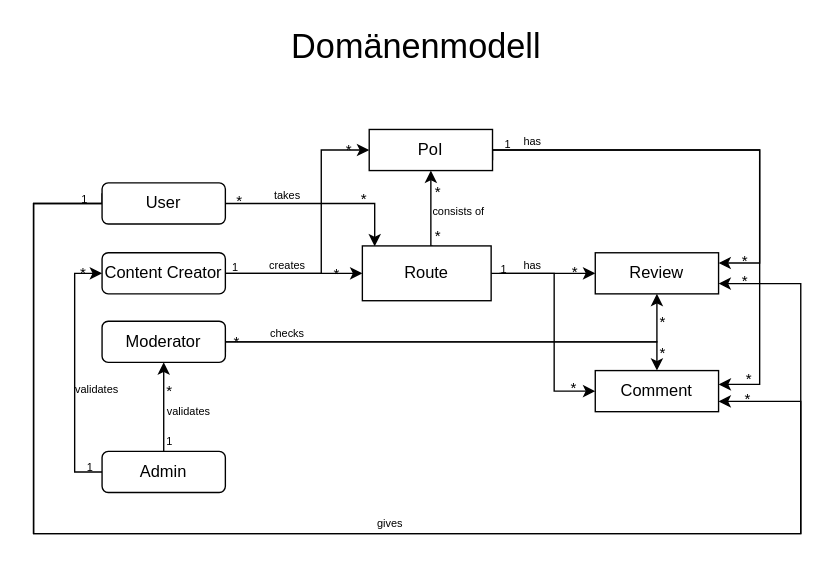
walli545/digital-tourguide keeps this draw.io diagram as Documents/Domänenmodell/Domänenmodell.drawio. Above is the earlier version. Source tidied: cells renumbered, new cells numbered last; positions are measured from the earlier drawing's top-left corner, leaving out a move shared by most shapes. Both pictures are drawn from the tidied source at 137%, with x=0, y=0 at pixel (33, 30).
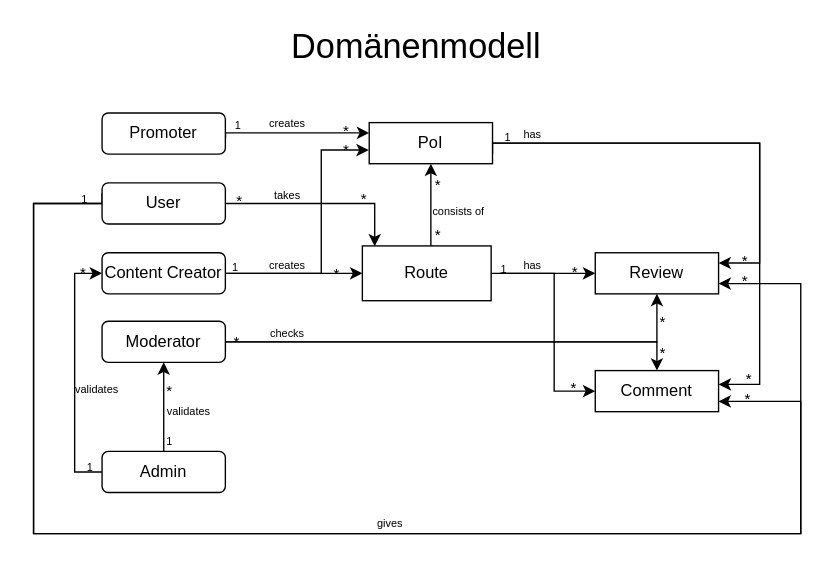
The same diagram, later.

Unchanged cells that the change refers to:
```xml
<mxCell id="39" value="Content Creator" style="rounded=1;whiteSpace=wrap;html=1;" parent="1" vertex="1">
  <mxGeometry x="50" y="162" width="90" height="30" as="geometry" />
</mxCell>
<mxCell id="49" value="Review" style="rounded=0;whiteSpace=wrap;html=1;" parent="1" vertex="1">
  <mxGeometry x="410" y="162" width="90" height="30" as="geometry" />
</mxCell>
<mxCell id="50" value="Comment" style="rounded=0;whiteSpace=wrap;html=1;" parent="1" vertex="1">
  <mxGeometry x="410" y="248" width="90" height="30" as="geometry" />
</mxCell>
```

Diff of the diagram source:
```diff
@@
-    <mxCell id="36" style="edgeStyle=orthogonalEdgeStyle;rounded=0;jettySize=auto;html=1;exitX=1;exitY=0.5;exitDx=0;exitDy=0;entryX=0;entryY=0.5;entryDx=0;entryDy=0;endArrow=classic;endFill=1;" parent="1" edge="1" source="39" target="48">
+    <mxCell id="36" style="edgeStyle=orthogonalEdgeStyle;rounded=0;jettySize=auto;html=1;exitX=1;exitY=0.5;exitDx=0;exitDy=0;entryX=-0.004;entryY=0.668;entryDx=0;entryDy=0;endArrow=classic;endFill=1;entryPerimeter=0;" parent="1" edge="1" source="39" target="48">
       <mxGeometry relative="1" as="geometry">
         <Array as="points">
           <mxPoint x="210" y="177" />
           <mxPoint x="210" y="87" />
         </Array>
       </mxGeometry>
     </mxCell>
     <mxCell id="37" value="*" style="edgeLabel;html=1;align=center;verticalAlign=middle;labelBackgroundColor=none;" parent="36" vertex="1">
       <mxGeometry x="0.88" y="1" relative="1" as="geometry">
-        <mxPoint x="-4" as="offset" />
+        <mxPoint x="-5.9" as="offset" />
       </mxGeometry>
     </mxCell>
@@
     <mxCell id="43" style="edgeStyle=orthogonalEdgeStyle;rounded=0;jettySize=auto;html=1;exitX=1;exitY=0.75;exitDx=0;exitDy=0;entryX=1;entryY=0.25;entryDx=0;entryDy=0;endArrow=classic;endFill=1;" parent="1" edge="1" source="48" target="49">
       <mxGeometry relative="1" as="geometry">
         <Array as="points">
-          <mxPoint x="335" y="87" />
-          <mxPoint x="530" y="87" />
+          <mxPoint x="335" y="82" />
+          <mxPoint x="530" y="82" />
           <mxPoint x="530" y="170" />
           <mxPoint x="500" y="170" />
         </Array>
       </mxGeometry>
     </mxCell>
@@
     <mxCell id="45" style="edgeStyle=orthogonalEdgeStyle;rounded=0;jettySize=auto;html=1;exitX=1;exitY=0.5;exitDx=0;exitDy=0;entryX=1.001;entryY=0.336;entryDx=0;entryDy=0;endArrow=classic;endFill=1;entryPerimeter=0;" parent="1" edge="1" source="48" target="50">
       <mxGeometry relative="1" as="geometry">
         <Array as="points">
-          <mxPoint x="530" y="87" />
+          <mxPoint x="530" y="82" />
           <mxPoint x="530" y="258" />
         </Array>
       </mxGeometry>
     </mxCell>
@@
     <mxCell id="48" value="PoI" style="rounded=0;whiteSpace=wrap;html=1;" parent="1" vertex="1">
-      <mxGeometry x="245" y="72" width="90" height="30" as="geometry" />
+      <mxGeometry x="245" y="67" width="90" height="30" as="geometry" />
     </mxCell>
@@
     <mxCell id="53" value="&lt;font style=&quot;font-size: 8px&quot;&gt;has&lt;/font&gt;" style="text;html=1;align=center;verticalAlign=middle;strokeColor=none;" parent="1" vertex="1">
-      <mxGeometry x="349" y="70" width="30" height="20" as="geometry" />
+      <mxGeometry x="349" y="65" width="30" height="20" as="geometry" />
     </mxCell>
@@
+    <mxCell id="58" style="edgeStyle=orthogonalEdgeStyle;rounded=0;jettySize=auto;html=1;exitX=1.001;exitY=0.611;exitDx=0;exitDy=0;entryX=0;entryY=0.25;entryDx=0;entryDy=0;exitPerimeter=0;" parent="1" edge="1" source="61" target="48">
+      <mxGeometry relative="1" as="geometry">
+        <Array as="points">
+          <mxPoint x="140" y="75" />
+        </Array>
+      </mxGeometry>
+    </mxCell>
+    <mxCell id="59" value="1" style="edgeLabel;html=1;align=center;verticalAlign=middle;fontSize=8;labelBackgroundColor=none;" parent="58" vertex="1">
+      <mxGeometry x="-0.76" relative="1" as="geometry">
+        <mxPoint x="-1" y="-6" as="offset" />
+      </mxGeometry>
+    </mxCell>
+    <mxCell id="60" value="*" style="edgeLabel;html=1;align=center;verticalAlign=middle;labelBackgroundColor=none;" parent="58" vertex="1">
+      <mxGeometry x="0.65" relative="1" as="geometry">
+        <mxPoint x="1" y="-2" as="offset" />
+      </mxGeometry>
+    </mxCell>
+    <mxCell id="61" value="Promoter" style="rounded=1;whiteSpace=wrap;html=1;" parent="1" vertex="1">
+      <mxGeometry x="50" y="60" width="90" height="30" as="geometry" />
+    </mxCell>
+    <mxCell id="62" value="&lt;font style=&quot;font-size: 8px&quot;&gt;creates&lt;/font&gt;" style="text;html=1;align=center;verticalAlign=middle;strokeColor=none;" parent="1" vertex="1">
+      <mxGeometry x="165" y="57" width="40" height="20" as="geometry" />
+    </mxCell>
```
